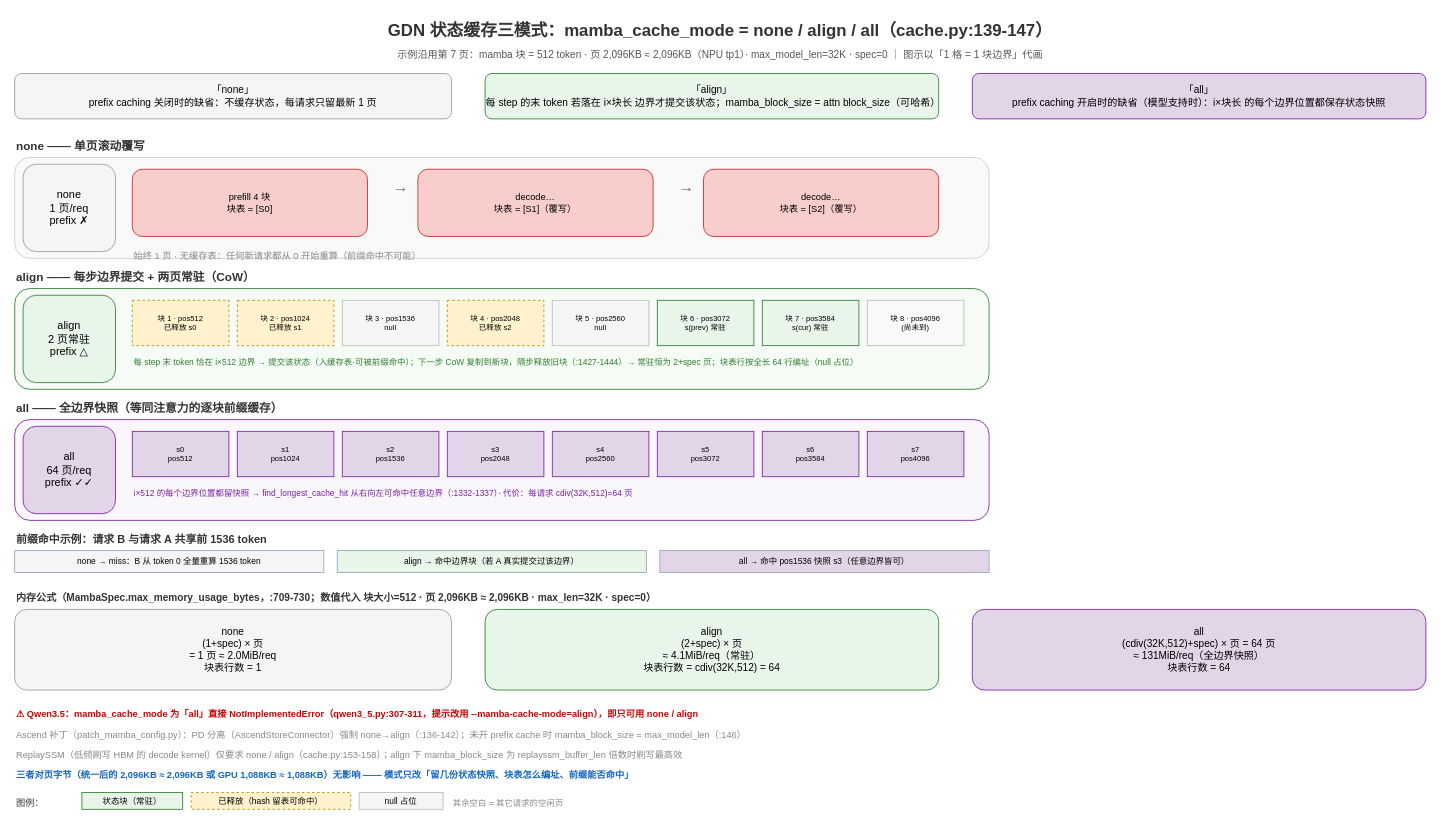
Before: page "8-GDN·mamba_cache_mode三模式" (7 of 7) of vllm/v1/core/kvcache_study/kvcache_draw/npu_hybrid/start_init.drawio in GoCHug/vllm, a draw.io diagram. Source tidied: cells renumbered, new cells numbered last; positions are measured from the earlier drawing's top-left corner, leaving out a move shared by most shapes. Both pictures are drawn from the tidied source at 84%, with x=0, y=0 at pixel (14, 14).
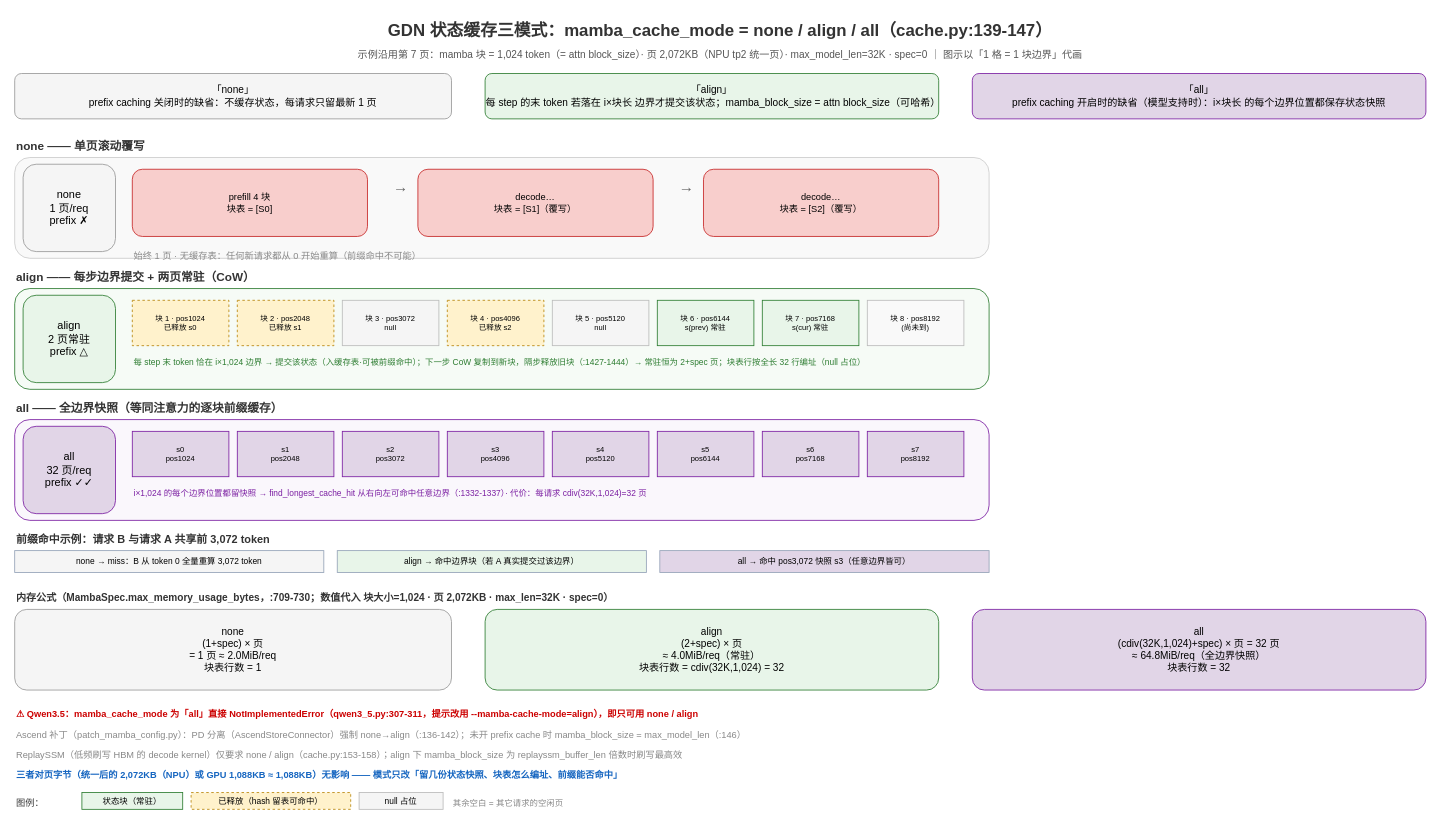
After the change.

The edit, as a diff of the source:
```diff
@@
-    <mxCell id="3" value="示例沿用第 7 页：mamba 块 = 512 token · 页 2,096KB ≈ 2,096KB（NPU tp1）· max_model_len=32K · spec=0 ｜ 图示以「1 格 = 1 块边界」代画" style="text;html=1;fontSize=12;fontColor=#555555;align=center;whiteSpace=wrap;html=1;" parent="1" vertex="1">
+    <mxCell id="3" value="示例沿用第 7 页：mamba 块 = 1,024 token（= attn block_size）· 页 2,072KB（NPU tp2 统一页）· max_model_len=32K · spec=0 ｜ 图示以「1 格 = 1 块边界」代画" style="text;html=1;fontSize=12;fontColor=#555555;align=center;whiteSpace=wrap;html=1;" parent="1" vertex="1">
       <mxGeometry x="40" y="34" width="1600" height="22" as="geometry" />
     </mxCell>
@@
-    <mxCell id="19" value="块 1 · pos512&lt;br&gt;已释放 s0" style="rounded=0;whiteSpace=wrap;html=1;fillColor=#fff2cc;strokeColor=#b8860b;fontSize=9;align=center;verticalAlign=middle;whiteSpace=wrap;html=1;dashed=1;" parent="1" vertex="1">
+    <mxCell id="19" value="块 1 · pos1024&lt;br&gt;已释放 s0" style="rounded=0;whiteSpace=wrap;html=1;fillColor=#fff2cc;strokeColor=#b8860b;fontSize=9;align=center;verticalAlign=middle;whiteSpace=wrap;html=1;dashed=1;" parent="1" vertex="1">
       <mxGeometry x="140" y="340" width="115" height="54" as="geometry" />
     </mxCell>
-    <mxCell id="20" value="块 2 · pos1024&lt;br&gt;已释放 s1" style="rounded=0;whiteSpace=wrap;html=1;fillColor=#fff2cc;strokeColor=#b8860b;fontSize=9;align=center;verticalAlign=middle;whiteSpace=wrap;html=1;dashed=1;" parent="1" vertex="1">
+    <mxCell id="20" value="块 2 · pos2048&lt;br&gt;已释放 s1" style="rounded=0;whiteSpace=wrap;html=1;fillColor=#fff2cc;strokeColor=#b8860b;fontSize=9;align=center;verticalAlign=middle;whiteSpace=wrap;html=1;dashed=1;" parent="1" vertex="1">
       <mxGeometry x="265" y="340" width="115" height="54" as="geometry" />
     </mxCell>
-    <mxCell id="21" value="块 3 · pos1536&lt;br&gt;null" style="rounded=0;whiteSpace=wrap;html=1;fillColor=#f5f5f5;strokeColor=#bbbbbb;fontSize=9;align=center;verticalAlign=middle;whiteSpace=wrap;html=1;" parent="1" vertex="1">
+    <mxCell id="21" value="块 3 · pos3072&lt;br&gt;null" style="rounded=0;whiteSpace=wrap;html=1;fillColor=#f5f5f5;strokeColor=#bbbbbb;fontSize=9;align=center;verticalAlign=middle;whiteSpace=wrap;html=1;" parent="1" vertex="1">
       <mxGeometry x="390" y="340" width="115" height="54" as="geometry" />
     </mxCell>
-    <mxCell id="22" value="块 4 · pos2048&lt;br&gt;已释放 s2" style="rounded=0;whiteSpace=wrap;html=1;fillColor=#fff2cc;strokeColor=#b8860b;fontSize=9;align=center;verticalAlign=middle;whiteSpace=wrap;html=1;dashed=1;" parent="1" vertex="1">
+    <mxCell id="22" value="块 4 · pos4096&lt;br&gt;已释放 s2" style="rounded=0;whiteSpace=wrap;html=1;fillColor=#fff2cc;strokeColor=#b8860b;fontSize=9;align=center;verticalAlign=middle;whiteSpace=wrap;html=1;dashed=1;" parent="1" vertex="1">
       <mxGeometry x="515" y="340" width="115" height="54" as="geometry" />
     </mxCell>
-    <mxCell id="23" value="块 5 · pos2560&lt;br&gt;null" style="rounded=0;whiteSpace=wrap;html=1;fillColor=#f5f5f5;strokeColor=#bbbbbb;fontSize=9;align=center;verticalAlign=middle;whiteSpace=wrap;html=1;" parent="1" vertex="1">
+    <mxCell id="23" value="块 5 · pos5120&lt;br&gt;null" style="rounded=0;whiteSpace=wrap;html=1;fillColor=#f5f5f5;strokeColor=#bbbbbb;fontSize=9;align=center;verticalAlign=middle;whiteSpace=wrap;html=1;" parent="1" vertex="1">
       <mxGeometry x="640" y="340" width="115" height="54" as="geometry" />
     </mxCell>
-    <mxCell id="24" value="块 6 · pos3072&lt;br&gt;s(prev) 常驻" style="rounded=0;whiteSpace=wrap;html=1;fillColor=#e8f5e9;strokeColor=#2e7d32;fontSize=9;align=center;verticalAlign=middle;whiteSpace=wrap;html=1;" parent="1" vertex="1">
+    <mxCell id="24" value="块 6 · pos6144&lt;br&gt;s(prev) 常驻" style="rounded=0;whiteSpace=wrap;html=1;fillColor=#e8f5e9;strokeColor=#2e7d32;fontSize=9;align=center;verticalAlign=middle;whiteSpace=wrap;html=1;" parent="1" vertex="1">
       <mxGeometry x="765" y="340" width="115" height="54" as="geometry" />
     </mxCell>
-    <mxCell id="25" value="块 7 · pos3584&lt;br&gt;s(cur) 常驻" style="rounded=0;whiteSpace=wrap;html=1;fillColor=#e8f5e9;strokeColor=#2e7d32;fontSize=9;align=center;verticalAlign=middle;whiteSpace=wrap;html=1;" parent="1" vertex="1">
+    <mxCell id="25" value="块 7 · pos7168&lt;br&gt;s(cur) 常驻" style="rounded=0;whiteSpace=wrap;html=1;fillColor=#e8f5e9;strokeColor=#2e7d32;fontSize=9;align=center;verticalAlign=middle;whiteSpace=wrap;html=1;" parent="1" vertex="1">
       <mxGeometry x="890" y="340" width="115" height="54" as="geometry" />
     </mxCell>
-    <mxCell id="26" value="块 8 · pos4096&lt;br&gt;(尚未到)" style="rounded=0;whiteSpace=wrap;html=1;fillColor=#f9f9f9;strokeColor=#bbbbbb;fontSize=9;align=center;verticalAlign=middle;whiteSpace=wrap;html=1;" parent="1" vertex="1">
+    <mxCell id="26" value="块 8 · pos8192&lt;br&gt;(尚未到)" style="rounded=0;whiteSpace=wrap;html=1;fillColor=#f9f9f9;strokeColor=#bbbbbb;fontSize=9;align=center;verticalAlign=middle;whiteSpace=wrap;html=1;" parent="1" vertex="1">
       <mxGeometry x="1015" y="340" width="115" height="54" as="geometry" />
     </mxCell>
-    <mxCell id="27" value="每 step 末 token 恰在 i×512 边界 → 提交该状态（入缓存表·可被前缀命中）；下一步 CoW 复制到新块，隔步释放旧块（:1427-1444）→ 常驻恒为 2+spec 页；块表行按全长 64 行编址（null 占位）" style="text;html=1;fontSize=10;fontColor=#2e7d32;align=left;whiteSpace=wrap;html=1;" parent="1" vertex="1">
+    <mxCell id="27" value="每 step 末 token 恰在 i×1,024 边界 → 提交该状态（入缓存表·可被前缀命中）；下一步 CoW 复制到新块，隔步释放旧块（:1427-1444）→ 常驻恒为 2+spec 页；块表行按全长 32 行编址（null 占位）" style="text;html=1;fontSize=10;fontColor=#2e7d32;align=left;whiteSpace=wrap;html=1;" parent="1" vertex="1">
       <mxGeometry x="140" y="402" width="1010" height="40" as="geometry" />
     </mxCell>
@@
-    <mxCell id="30" value="all&lt;br&gt;64 页/req&lt;br&gt;prefix ✓✓" style="rounded=1;whiteSpace=wrap;html=1;fillColor=#e1d5e7;strokeColor=#7b1fa2;fontSize=13;align=center;verticalAlign=middle;" parent="1" vertex="1">
+    <mxCell id="30" value="all&lt;br&gt;32 页/req&lt;br&gt;prefix ✓✓" style="rounded=1;whiteSpace=wrap;html=1;fillColor=#e1d5e7;strokeColor=#7b1fa2;fontSize=13;align=center;verticalAlign=middle;" parent="1" vertex="1">
       <mxGeometry x="10" y="490" width="110" height="104" as="geometry" />
     </mxCell>
-    <mxCell id="31" value="s0&lt;br&gt;pos512" style="rounded=0;whiteSpace=wrap;html=1;fillColor=#e1d5e7;strokeColor=#7b1fa2;fontSize=9;align=center;verticalAlign=middle;whiteSpace=wrap;html=1;" parent="1" vertex="1">
+    <mxCell id="31" value="s0&lt;br&gt;pos1024" style="rounded=0;whiteSpace=wrap;html=1;fillColor=#e1d5e7;strokeColor=#7b1fa2;fontSize=9;align=center;verticalAlign=middle;whiteSpace=wrap;html=1;" parent="1" vertex="1">
       <mxGeometry x="140" y="496" width="115" height="54" as="geometry" />
     </mxCell>
-    <mxCell id="32" value="s1&lt;br&gt;pos1024" style="rounded=0;whiteSpace=wrap;html=1;fillColor=#e1d5e7;strokeColor=#7b1fa2;fontSize=9;align=center;verticalAlign=middle;whiteSpace=wrap;html=1;" parent="1" vertex="1">
+    <mxCell id="32" value="s1&lt;br&gt;pos2048" style="rounded=0;whiteSpace=wrap;html=1;fillColor=#e1d5e7;strokeColor=#7b1fa2;fontSize=9;align=center;verticalAlign=middle;whiteSpace=wrap;html=1;" parent="1" vertex="1">
       <mxGeometry x="265" y="496" width="115" height="54" as="geometry" />
     </mxCell>
-    <mxCell id="33" value="s2&lt;br&gt;pos1536" style="rounded=0;whiteSpace=wrap;html=1;fillColor=#e1d5e7;strokeColor=#7b1fa2;fontSize=9;align=center;verticalAlign=middle;whiteSpace=wrap;html=1;" parent="1" vertex="1">
+    <mxCell id="33" value="s2&lt;br&gt;pos3072" style="rounded=0;whiteSpace=wrap;html=1;fillColor=#e1d5e7;strokeColor=#7b1fa2;fontSize=9;align=center;verticalAlign=middle;whiteSpace=wrap;html=1;" parent="1" vertex="1">
       <mxGeometry x="390" y="496" width="115" height="54" as="geometry" />
     </mxCell>
-    <mxCell id="34" value="s3&lt;br&gt;pos2048" style="rounded=0;whiteSpace=wrap;html=1;fillColor=#e1d5e7;strokeColor=#7b1fa2;fontSize=9;align=center;verticalAlign=middle;whiteSpace=wrap;html=1;" parent="1" vertex="1">
+    <mxCell id="34" value="s3&lt;br&gt;pos4096" style="rounded=0;whiteSpace=wrap;html=1;fillColor=#e1d5e7;strokeColor=#7b1fa2;fontSize=9;align=center;verticalAlign=middle;whiteSpace=wrap;html=1;" parent="1" vertex="1">
       <mxGeometry x="515" y="496" width="115" height="54" as="geometry" />
     </mxCell>
-    <mxCell id="35" value="s4&lt;br&gt;pos2560" style="rounded=0;whiteSpace=wrap;html=1;fillColor=#e1d5e7;strokeColor=#7b1fa2;fontSize=9;align=center;verticalAlign=middle;whiteSpace=wrap;html=1;" parent="1" vertex="1">
+    <mxCell id="35" value="s4&lt;br&gt;pos5120" style="rounded=0;whiteSpace=wrap;html=1;fillColor=#e1d5e7;strokeColor=#7b1fa2;fontSize=9;align=center;verticalAlign=middle;whiteSpace=wrap;html=1;" parent="1" vertex="1">
       <mxGeometry x="640" y="496" width="115" height="54" as="geometry" />
     </mxCell>
-    <mxCell id="36" value="s5&lt;br&gt;pos3072" style="rounded=0;whiteSpace=wrap;html=1;fillColor=#e1d5e7;strokeColor=#7b1fa2;fontSize=9;align=center;verticalAlign=middle;whiteSpace=wrap;html=1;" parent="1" vertex="1">
+    <mxCell id="36" value="s5&lt;br&gt;pos6144" style="rounded=0;whiteSpace=wrap;html=1;fillColor=#e1d5e7;strokeColor=#7b1fa2;fontSize=9;align=center;verticalAlign=middle;whiteSpace=wrap;html=1;" parent="1" vertex="1">
       <mxGeometry x="765" y="496" width="115" height="54" as="geometry" />
     </mxCell>
-    <mxCell id="37" value="s6&lt;br&gt;pos3584" style="rounded=0;whiteSpace=wrap;html=1;fillColor=#e1d5e7;strokeColor=#7b1fa2;fontSize=9;align=center;verticalAlign=middle;whiteSpace=wrap;html=1;" parent="1" vertex="1">
+    <mxCell id="37" value="s6&lt;br&gt;pos7168" style="rounded=0;whiteSpace=wrap;html=1;fillColor=#e1d5e7;strokeColor=#7b1fa2;fontSize=9;align=center;verticalAlign=middle;whiteSpace=wrap;html=1;" parent="1" vertex="1">
       <mxGeometry x="890" y="496" width="115" height="54" as="geometry" />
     </mxCell>
-    <mxCell id="38" value="s7&lt;br&gt;pos4096" style="rounded=0;whiteSpace=wrap;html=1;fillColor=#e1d5e7;strokeColor=#7b1fa2;fontSize=9;align=center;verticalAlign=middle;whiteSpace=wrap;html=1;" parent="1" vertex="1">
+    <mxCell id="38" value="s7&lt;br&gt;pos8192" style="rounded=0;whiteSpace=wrap;html=1;fillColor=#e1d5e7;strokeColor=#7b1fa2;fontSize=9;align=center;verticalAlign=middle;whiteSpace=wrap;html=1;" parent="1" vertex="1">
       <mxGeometry x="1015" y="496" width="115" height="54" as="geometry" />
     </mxCell>
-    <mxCell id="39" value="i×512 的每个边界位置都留快照 → find_longest_cache_hit 从右向左可命中任意边界（:1332-1337）· 代价：每请求 cdiv(32K,512)=64 页" style="text;html=1;fontSize=10;fontColor=#7b1fa2;align=left;whiteSpace=wrap;html=1;" parent="1" vertex="1">
+    <mxCell id="39" value="i×1,024 的每个边界位置都留快照 → find_longest_cache_hit 从右向左可命中任意边界（:1332-1337）· 代价：每请求 cdiv(32K,1,024)=32 页" style="text;html=1;fontSize=10;fontColor=#7b1fa2;align=left;whiteSpace=wrap;html=1;" parent="1" vertex="1">
       <mxGeometry x="140" y="558" width="1010" height="40" as="geometry" />
     </mxCell>
-    <mxCell id="40" value="前缀命中示例：请求 B 与请求 A 共享前 1536 token" style="text;html=1;fontSize=13;fontStyle=1;fontColor=#333333;align=left;whiteSpace=wrap;html=1;" parent="1" vertex="1">
+    <mxCell id="40" value="前缀命中示例：请求 B 与请求 A 共享前 3,072 token" style="text;html=1;fontSize=13;fontStyle=1;fontColor=#333333;align=left;whiteSpace=wrap;html=1;" parent="1" vertex="1">
       <mxGeometry y="610" width="1160" height="24" as="geometry" />
     </mxCell>
-    <mxCell id="41" value="none → miss：B 从 token 0 全量重算 1536 token" style="rounded=0;whiteSpace=wrap;html=1;fillColor=#f5f5f5;strokeColor=#95a3b8;fontSize=10;align=center;verticalAlign=middle;whiteSpace=wrap;html=1;" parent="1" vertex="1">
+    <mxCell id="41" value="none → miss：B 从 token 0 全量重算 3,072 token" style="rounded=0;whiteSpace=wrap;html=1;fillColor=#f5f5f5;strokeColor=#95a3b8;fontSize=10;align=center;verticalAlign=middle;whiteSpace=wrap;html=1;" parent="1" vertex="1">
       <mxGeometry y="638" width="368" height="26" as="geometry" />
     </mxCell>
@@
-    <mxCell id="43" value="all → 命中 pos1536 快照 s3（任意边界皆可）" style="rounded=0;whiteSpace=wrap;html=1;fillColor=#e1d5e7;strokeColor=#95a3b8;fontSize=10;align=center;verticalAlign=middle;whiteSpace=wrap;html=1;" parent="1" vertex="1">
+    <mxCell id="43" value="all → 命中 pos3,072 快照 s3（任意边界皆可）" style="rounded=0;whiteSpace=wrap;html=1;fillColor=#e1d5e7;strokeColor=#95a3b8;fontSize=10;align=center;verticalAlign=middle;whiteSpace=wrap;html=1;" parent="1" vertex="1">
       <mxGeometry x="768" y="638" width="392" height="26" as="geometry" />
     </mxCell>
-    <mxCell id="44" value="内存公式（MambaSpec.max_memory_usage_bytes，:709-730；数值代入 块大小=512 · 页 2,096KB ≈ 2,096KB · max_len=32K · spec=0）" style="text;html=1;fontSize=12;fontStyle=1;fontColor=#333333;align=left;whiteSpace=wrap;html=1;" parent="1" vertex="1">
+    <mxCell id="44" value="内存公式（MambaSpec.max_memory_usage_bytes，:709-730；数值代入 块大小=1,024 · 页 2,072KB · max_len=32K · spec=0）" style="text;html=1;fontSize=12;fontStyle=1;fontColor=#333333;align=left;whiteSpace=wrap;html=1;" parent="1" vertex="1">
       <mxGeometry y="680" width="1160" height="24" as="geometry" />
     </mxCell>
@@
-    <mxCell id="46" value="align&lt;br&gt;(2+spec) × 页&lt;br&gt;≈ 4.1MiB/req（常驻）&lt;br&gt;块表行数 = cdiv(32K,512) = 64" style="rounded=1;whiteSpace=wrap;html=1;fillColor=#e8f5e9;strokeColor=#2e7d32;fontSize=12;align=center;verticalAlign=middle;" parent="1" vertex="1">
+    <mxCell id="46" value="align&lt;br&gt;(2+spec) × 页&lt;br&gt;≈ 4.0MiB/req（常驻）&lt;br&gt;块表行数 = cdiv(32K,1,024) = 32" style="rounded=1;whiteSpace=wrap;html=1;fillColor=#e8f5e9;strokeColor=#2e7d32;fontSize=12;align=center;verticalAlign=middle;" parent="1" vertex="1">
       <mxGeometry x="560" y="708" width="540" height="96" as="geometry" />
     </mxCell>
-    <mxCell id="47" value="all&lt;br&gt;(cdiv(32K,512)+spec) × 页 = 64 页&lt;br&gt;≈ 131MiB/req（全边界快照）&lt;br&gt;块表行数 = 64" style="rounded=1;whiteSpace=wrap;html=1;fillColor=#e1d5e7;strokeColor=#7b1fa2;fontSize=12;align=center;verticalAlign=middle;" parent="1" vertex="1">
+    <mxCell id="47" value="all&lt;br&gt;(cdiv(32K,1,024)+spec) × 页 = 32 页&lt;br&gt;≈ 64.8MiB/req（全边界快照）&lt;br&gt;块表行数 = 32" style="rounded=1;whiteSpace=wrap;html=1;fillColor=#e1d5e7;strokeColor=#7b1fa2;fontSize=12;align=center;verticalAlign=middle;" parent="1" vertex="1">
       <mxGeometry x="1140" y="708" width="540" height="96" as="geometry" />
     </mxCell>
@@
-    <mxCell id="51" value="三者对页字节（统一后的 2,096KB ≈ 2,096KB 或 GPU 1,088KB ≈ 1,088KB）无影响 —— 模式只改「留几份状态快照、块表怎么编址、前缀能否命中」" style="text;html=1;fontSize=11;fontColor=#1565c0;align=left;whiteSpace=wrap;html=1;fontStyle=1;" parent="1" vertex="1">
+    <mxCell id="51" value="三者对页字节（统一后的 2,072KB（NPU）或 GPU 1,088KB ≈ 1,088KB）无影响 —— 模式只改「留几份状态快照、块表怎么编址、前缀能否命中」" style="text;html=1;fontSize=11;fontColor=#1565c0;align=left;whiteSpace=wrap;html=1;fontStyle=1;" parent="1" vertex="1">
       <mxGeometry y="892" width="1160" height="20" as="geometry" />
     </mxCell>
```
